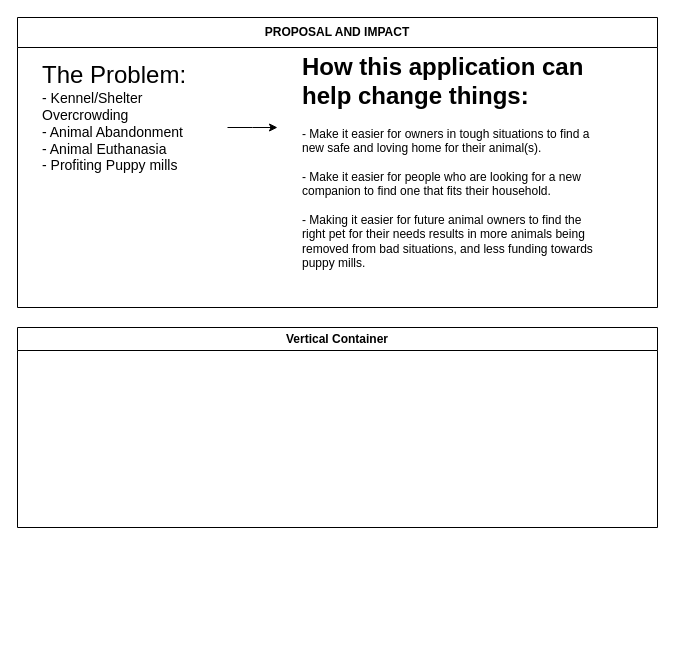
The draw.io diagram Untitled Diagram.drawio in kammau/Animal-Share, before the edit. Source tidied: cells renumbered, new cells numbered last; positions are measured from the earlier drawing's top-left corner, leaving out a move shared by most shapes. Both pictures are drawn from the tidied source at 100%, with x=0, y=0 at pixel (17, 17).
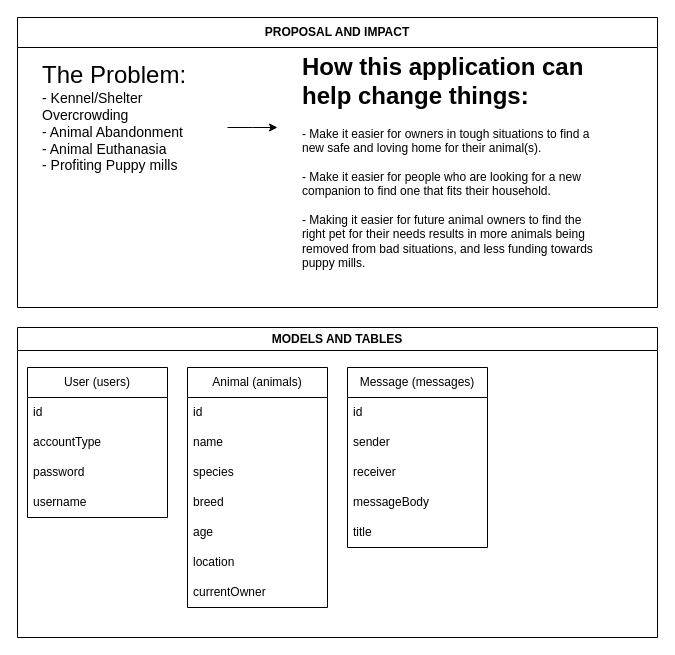
The same page after the edit.

What changed in the source:
```diff
@@
-    <mxCell id="6" value="Vertical Container" style="swimlane;whiteSpace=wrap;html=1;" parent="1" vertex="1">
-      <mxGeometry y="310" width="640" height="200" as="geometry" />
+    <mxCell id="6" value="MODELS AND TABLES" style="swimlane;whiteSpace=wrap;html=1;" parent="1" vertex="1">
+      <mxGeometry y="310" width="640" height="310" as="geometry" />
     </mxCell>
+    <mxCell id="7" value="User (users)" style="swimlane;fontStyle=0;horizontal=1;startSize=30;whiteSpace=wrap;html=1;" parent="6" vertex="1">
+      <mxGeometry x="10" y="40" width="140" height="150" as="geometry" />
+    </mxCell>
+    <mxCell id="8" value="id" style="text;strokeColor=none;fillColor=none;align=left;verticalAlign=middle;spacingLeft=4;spacingRight=4;overflow=hidden;whiteSpace=wrap;html=1;" parent="7" vertex="1">
+      <mxGeometry y="30" width="140" height="30" as="geometry" />
+    </mxCell>
+    <mxCell id="9" value="accountType" style="text;strokeColor=none;fillColor=none;align=left;verticalAlign=middle;spacingLeft=4;spacingRight=4;overflow=hidden;whiteSpace=wrap;html=1;" parent="7" vertex="1">
+      <mxGeometry y="60" width="140" height="30" as="geometry" />
+    </mxCell>
+    <mxCell id="10" value="password" style="text;strokeColor=none;fillColor=none;align=left;verticalAlign=middle;spacingLeft=4;spacingRight=4;overflow=hidden;whiteSpace=wrap;html=1;" parent="7" vertex="1">
+      <mxGeometry y="90" width="140" height="30" as="geometry" />
+    </mxCell>
+    <mxCell id="11" value="username" style="text;strokeColor=none;fillColor=none;align=left;verticalAlign=middle;spacingLeft=4;spacingRight=4;overflow=hidden;whiteSpace=wrap;html=1;" parent="7" vertex="1">
+      <mxGeometry y="120" width="140" height="30" as="geometry" />
+    </mxCell>
+    <mxCell id="12" value="Animal (animals)" style="swimlane;fontStyle=0;horizontal=1;startSize=30;whiteSpace=wrap;html=1;" parent="6" vertex="1">
+      <mxGeometry x="170" y="40" width="140" height="240" as="geometry" />
+    </mxCell>
+    <mxCell id="13" value="id" style="text;strokeColor=none;fillColor=none;align=left;verticalAlign=middle;spacingLeft=4;spacingRight=4;overflow=hidden;whiteSpace=wrap;html=1;" parent="12" vertex="1">
+      <mxGeometry y="30" width="140" height="30" as="geometry" />
+    </mxCell>
+    <mxCell id="14" value="name" style="text;strokeColor=none;fillColor=none;align=left;verticalAlign=middle;spacingLeft=4;spacingRight=4;overflow=hidden;whiteSpace=wrap;html=1;" parent="12" vertex="1">
+      <mxGeometry y="60" width="140" height="30" as="geometry" />
+    </mxCell>
+    <mxCell id="15" value="species" style="text;strokeColor=none;fillColor=none;align=left;verticalAlign=middle;spacingLeft=4;spacingRight=4;overflow=hidden;whiteSpace=wrap;html=1;" parent="12" vertex="1">
+      <mxGeometry y="90" width="140" height="30" as="geometry" />
+    </mxCell>
+    <mxCell id="16" value="breed" style="text;strokeColor=none;fillColor=none;align=left;verticalAlign=middle;spacingLeft=4;spacingRight=4;overflow=hidden;whiteSpace=wrap;html=1;" parent="12" vertex="1">
+      <mxGeometry y="120" width="140" height="30" as="geometry" />
+    </mxCell>
+    <mxCell id="17" value="age" style="text;strokeColor=none;fillColor=none;align=left;verticalAlign=middle;spacingLeft=4;spacingRight=4;overflow=hidden;whiteSpace=wrap;html=1;" parent="12" vertex="1">
+      <mxGeometry y="150" width="140" height="30" as="geometry" />
+    </mxCell>
+    <mxCell id="18" value="location" style="text;strokeColor=none;fillColor=none;align=left;verticalAlign=middle;spacingLeft=4;spacingRight=4;overflow=hidden;whiteSpace=wrap;html=1;" parent="12" vertex="1">
+      <mxGeometry y="180" width="140" height="30" as="geometry" />
+    </mxCell>
+    <mxCell id="19" value="currentOwner" style="text;strokeColor=none;fillColor=none;align=left;verticalAlign=middle;spacingLeft=4;spacingRight=4;overflow=hidden;whiteSpace=wrap;html=1;" parent="12" vertex="1">
+      <mxGeometry y="210" width="140" height="30" as="geometry" />
+    </mxCell>
+    <mxCell id="20" value="Message (messages)" style="swimlane;fontStyle=0;horizontal=1;startSize=30;whiteSpace=wrap;html=1;" parent="6" vertex="1">
+      <mxGeometry x="330" y="40" width="140" height="180" as="geometry" />
+    </mxCell>
+    <mxCell id="21" value="id" style="text;strokeColor=none;fillColor=none;align=left;verticalAlign=middle;spacingLeft=4;spacingRight=4;overflow=hidden;whiteSpace=wrap;html=1;" parent="20" vertex="1">
+      <mxGeometry y="30" width="140" height="30" as="geometry" />
+    </mxCell>
+    <mxCell id="22" value="sender" style="text;strokeColor=none;fillColor=none;align=left;verticalAlign=middle;spacingLeft=4;spacingRight=4;overflow=hidden;whiteSpace=wrap;html=1;" parent="20" vertex="1">
+      <mxGeometry y="60" width="140" height="30" as="geometry" />
+    </mxCell>
+    <mxCell id="23" value="receiver" style="text;strokeColor=none;fillColor=none;align=left;verticalAlign=middle;spacingLeft=4;spacingRight=4;overflow=hidden;whiteSpace=wrap;html=1;" parent="20" vertex="1">
+      <mxGeometry y="90" width="140" height="30" as="geometry" />
+    </mxCell>
+    <mxCell id="24" value="messageBody" style="text;strokeColor=none;fillColor=none;align=left;verticalAlign=middle;spacingLeft=4;spacingRight=4;overflow=hidden;whiteSpace=wrap;html=1;" parent="20" vertex="1">
+      <mxGeometry y="120" width="140" height="30" as="geometry" />
+    </mxCell>
+    <mxCell id="25" value="title" style="text;strokeColor=none;fillColor=none;align=left;verticalAlign=middle;spacingLeft=4;spacingRight=4;overflow=hidden;whiteSpace=wrap;html=1;" parent="20" vertex="1">
+      <mxGeometry y="150" width="140" height="30" as="geometry" />
+    </mxCell>
```
